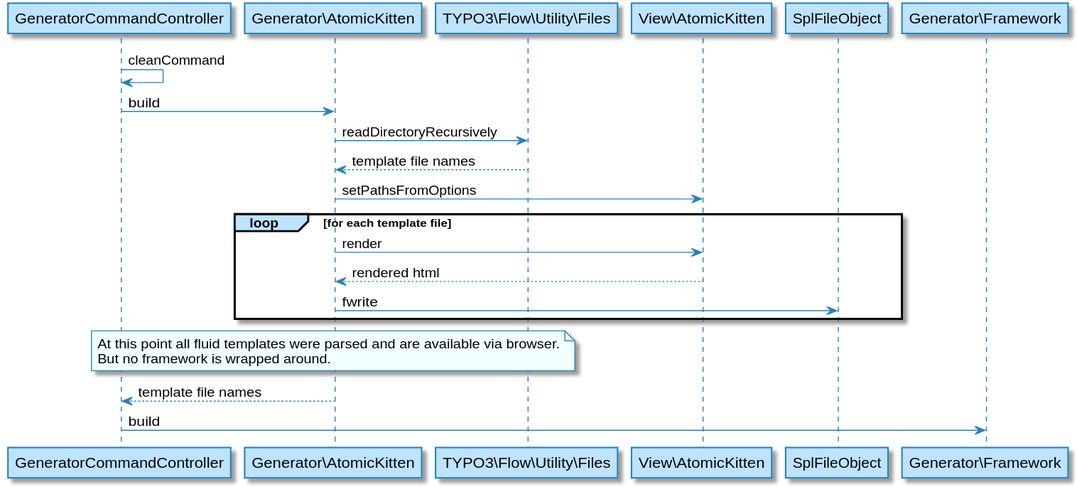
Before: Documentation/Images/Uml/GenerationSequenze.svg, a diagram exported from PlantUML (DanielSiepmann/AtomicKitten.Framework). Its source is kept beside it as Documentation/Uml/GenerationSequenze.plantuml.
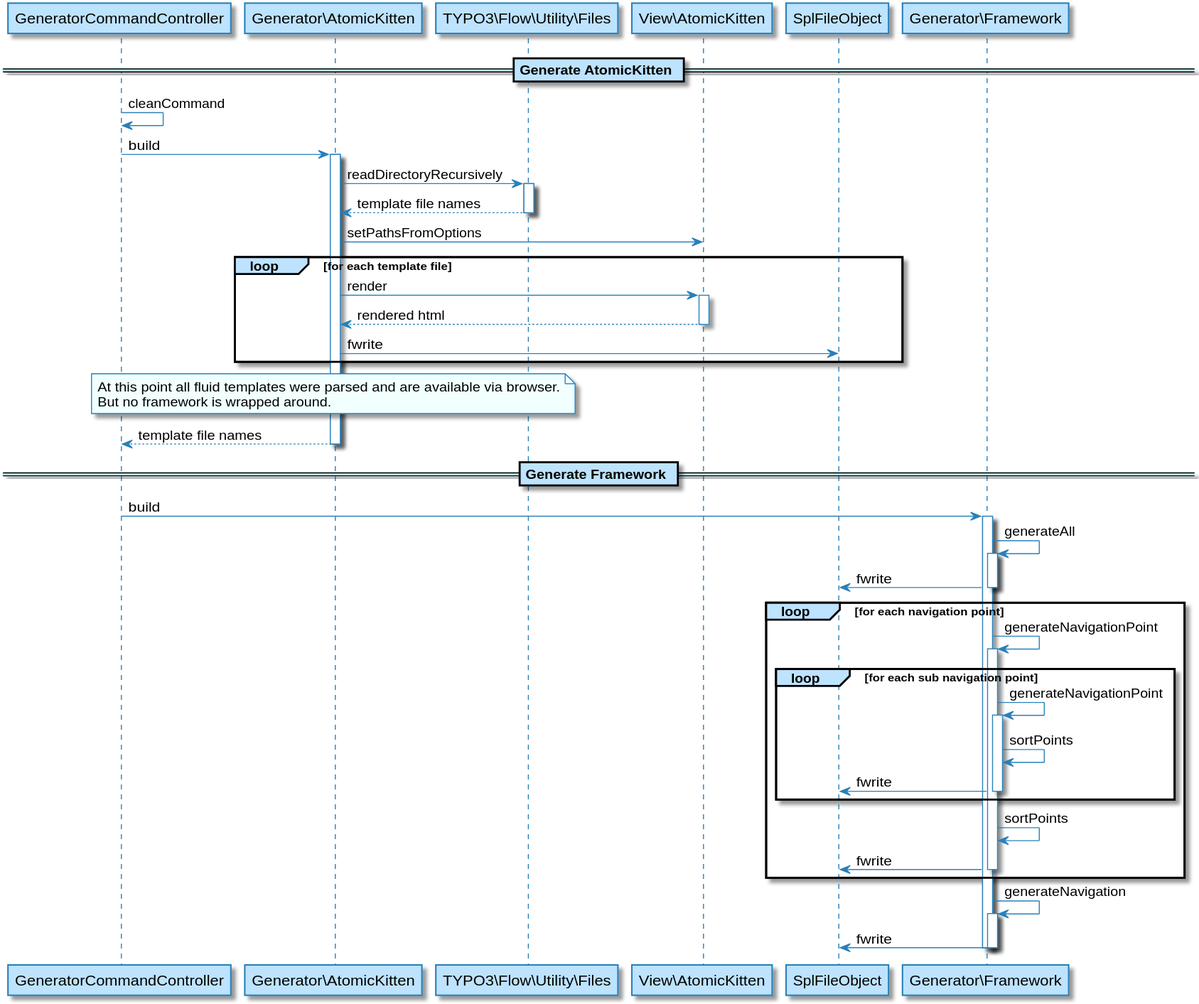
Later version of the same file.

Commit message:
FEATURE: Finish sequence diagram for generation

The edit, as a diff of the source:
```diff
@@ -1,20 +1,54 @@
 @startuml
 
+== Generate AtomicKitten ==
+
 "GeneratorCommandController" -> "GeneratorCommandController": cleanCommand
-GeneratorCommandController -> "Generator\AtomicKitten": build
-"Generator\AtomicKitten" -> "TYPO3\Flow\Utility\Files": readDirectoryRecursively
-"Generator\AtomicKitten" <-- "TYPO3\Flow\Utility\Files": template file names
-"Generator\AtomicKitten" -> "View\AtomicKitten": setPathsFromOptions
-loop for each template file
-    "Generator\AtomicKitten" -> "View\AtomicKitten": render
-    "Generator\AtomicKitten" <-- "View\AtomicKitten": rendered html
-    "Generator\AtomicKitten" -> "SplFileObject": fwrite
-end
+"GeneratorCommandController" -> "Generator\AtomicKitten": build
+activate "Generator\AtomicKitten"
+    "Generator\AtomicKitten" -> "TYPO3\Flow\Utility\Files": readDirectoryRecursively
+    activate "TYPO3\Flow\Utility\Files"
+        "Generator\AtomicKitten" <-- "TYPO3\Flow\Utility\Files": template file names
+    deactivate "TYPO3\Flow\Utility\Files"
+    "Generator\AtomicKitten" -> "View\AtomicKitten": setPathsFromOptions
+    loop for each template file
+        "Generator\AtomicKitten" -> "View\AtomicKitten": render
+        activate "View\AtomicKitten"
+            "Generator\AtomicKitten" <-- "View\AtomicKitten": rendered html
+        deactivate "View\AtomicKitten"
+        "Generator\AtomicKitten" -> "SplFileObject": fwrite
+    end
 
-note over "Generator\AtomicKitten": At this point all fluid templates were parsed and are available via browser.\nBut no framework is wrapped around.
+    note over "Generator\AtomicKitten": At this point all fluid templates were parsed and are available via browser.\nBut no framework is wrapped around.
 
-"GeneratorCommandController" <-- "Generator\AtomicKitten": template file names
+    "GeneratorCommandController" <-- "Generator\AtomicKitten": template file names
+deactivate "Generator\AtomicKitten"
+
+== Generate Framework ==
 
 "GeneratorCommandController" -> "Generator\Framework": build
+activate "Generator\Framework"
+    "Generator\Framework" -> "Generator\Framework": generateAll
+    activate "Generator\Framework"
+        "Generator\Framework" -> "SplFileObject": fwrite
+    deactivate "Generator\Framework"
+    loop for each navigation point
+        "Generator\Framework" -> "Generator\Framework": generateNavigationPoint
+        activate "Generator\Framework"
+        loop for each sub navigation point
+            "Generator\Framework" -> "Generator\Framework": generateNavigationPoint
+            activate "Generator\Framework"
+                "Generator\Framework" -> "Generator\Framework": sortPoints
+                "Generator\Framework" -> "SplFileObject": fwrite
+            deactivate "Generator\Framework"
+        end
+            "Generator\Framework" -> "Generator\Framework": sortPoints
+            "Generator\Framework" -> "SplFileObject": fwrite
+        deactivate "Generator\Framework"
+    end
+    "Generator\Framework" -> "Generator\Framework": generateNavigation
+    activate "Generator\Framework"
+        "Generator\Framework" -> "SplFileObject": fwrite
+    deactivate "Generator\Framework"
+deactivate "Generator\Framework"
 
 @enduml
```
